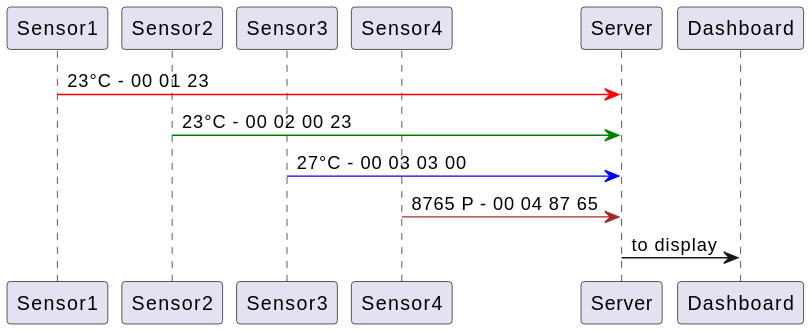
Earlier version of the PlantUML export diagrams/sensorSystemDiagram.svg (prakharbhatt09/SensorSystem).
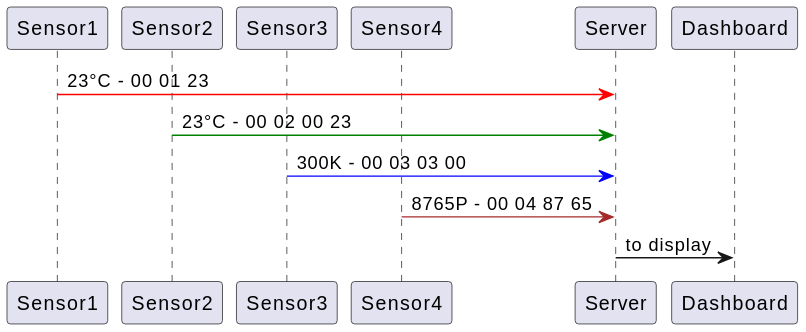
After the commit.

The edit, as a diff of the source:
```diff
@@ -6,7 +6,7 @@
 
 Sensor1-[#red]>Server: 23°C - 00 01 23
 Sensor2-[#green]>Server: 23°C - 00 02 00 23
-Sensor3-[#blue]>Server: 27°C - 00 03 03 00
-Sensor4-[#brown]>Server: 8765 P - 00 04 87 65
+Sensor3-[#blue]>Server: 300K - 00 03 03 00
+Sensor4-[#brown]>Server: 8765P - 00 04 87 65
 Server->Dashboard: to display
 @enduml
```
